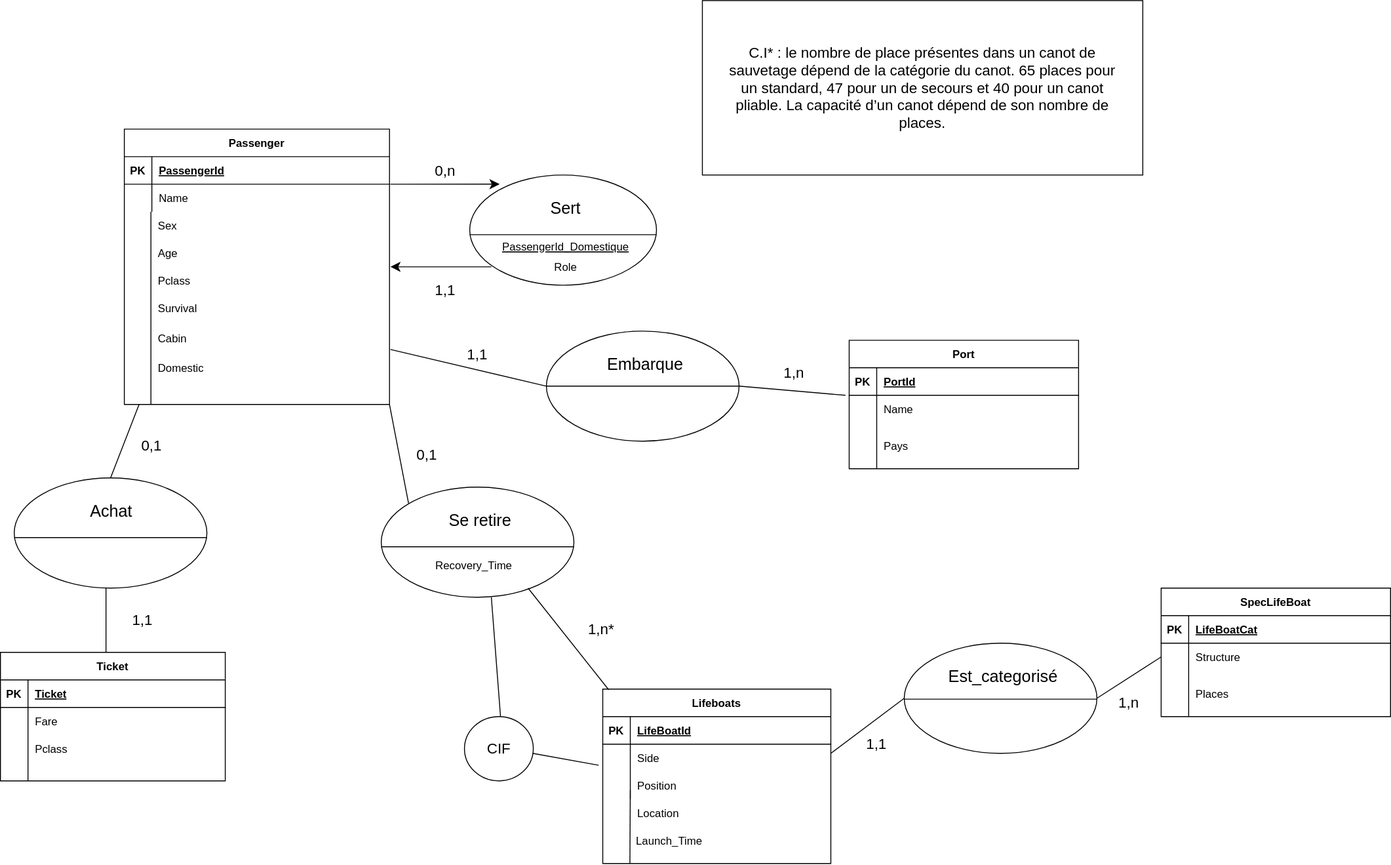
This is SEA TITANIC.drawio.svg from nico38t/SAE-1.04-TITANIC, a draw.io export, as it was before one commit. Source tidied: cells renumbered, new cells last; positions are measured from the earlier drawing's top-left corner, leaving out a move shared by most shapes.
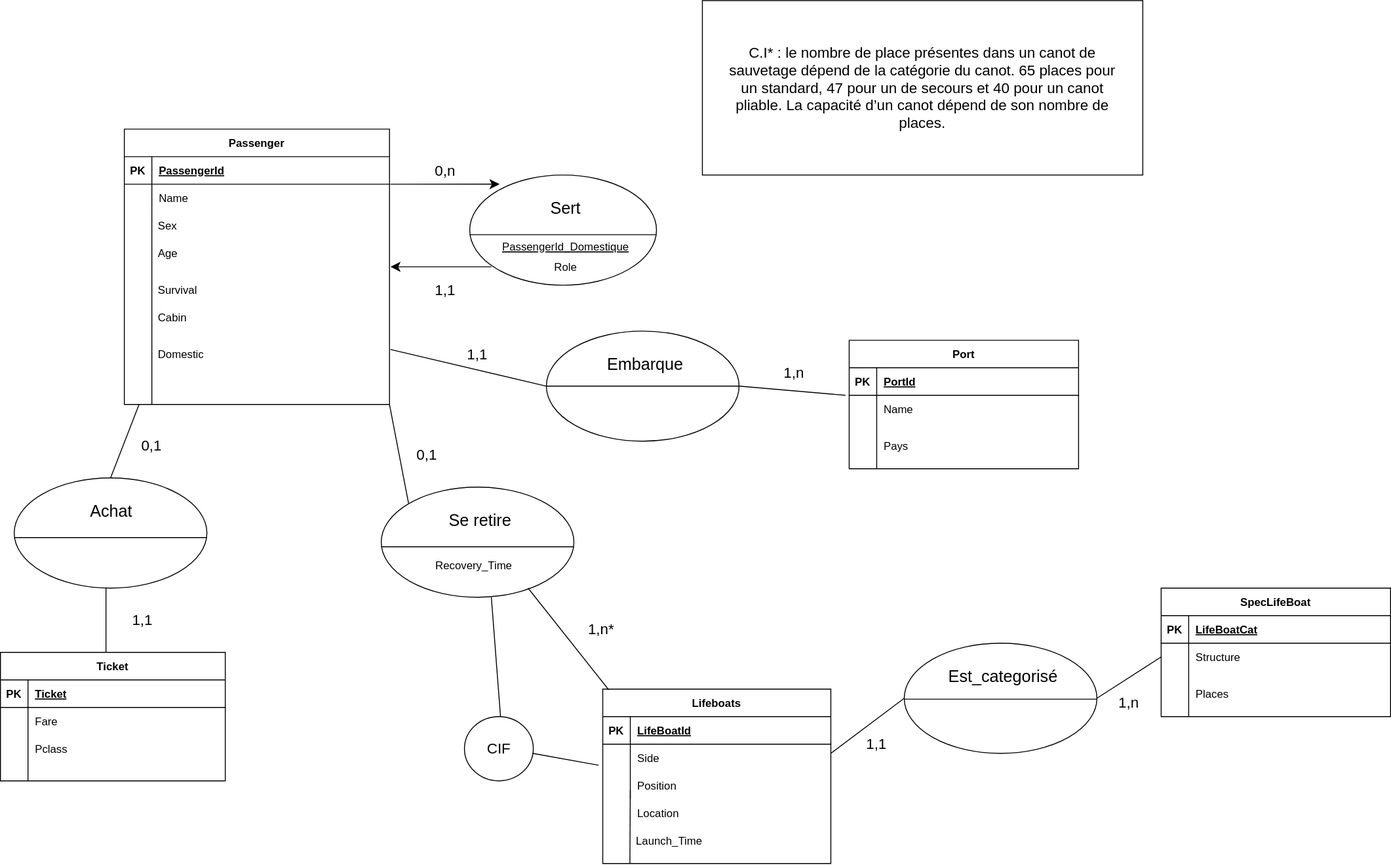
After the commit.

Commit message:
Mettre à jour SEA TITANIC.drawio.svg

Change to the diagram source:
```diff
@@ -59,23 +59,20 @@
     <mxCell id="20" value="Sex" style="shape=partialRectangle;overflow=hidden;fillColor=none;top=0;left=0;bottom=0;right=0;align=left;spacingLeft=6;" parent="1" vertex="1">
       <mxGeometry x="164" y="230" width="220" height="30" as="geometry" />
     </mxCell>
-    <mxCell id="21" value="Pclass" style="shape=partialRectangle;overflow=hidden;fillColor=none;top=0;left=0;bottom=0;right=0;align=left;spacingLeft=6;" parent="1" vertex="1">
-      <mxGeometry x="164" y="290" width="310" height="30" as="geometry" />
-    </mxCell>
     <mxCell id="22" value="Survival" style="shape=partialRectangle;overflow=hidden;fillColor=none;top=0;left=0;bottom=0;right=0;align=left;spacingLeft=6;" parent="1" vertex="1">
-      <mxGeometry x="164" y="320" width="350" height="30" as="geometry" />
+      <mxGeometry x="164" y="300" width="350" height="30" as="geometry" />
     </mxCell>
     <mxCell id="23" style="endArrow=none;html=1;rounded=0;" parent="1" edge="1">
       <mxGeometry relative="1" as="geometry">
-        <mxPoint x="164" y="440" as="sourcePoint" />
-        <mxPoint x="164" y="230" as="targetPoint" />
+        <mxPoint x="165" y="440" as="sourcePoint" />
+        <mxPoint x="165" y="230" as="targetPoint" />
       </mxGeometry>
     </mxCell>
     <mxCell id="24" value="Cabin" style="shape=partialRectangle;overflow=hidden;fillColor=none;top=0;left=0;bottom=0;right=0;align=left;spacingLeft=6;" parent="1" vertex="1">
-      <mxGeometry x="164" y="343" width="220" height="50" as="geometry" />
+      <mxGeometry x="164" y="320" width="220" height="50" as="geometry" />
     </mxCell>
     <mxCell id="25" value="Domestic" style="shape=partialRectangle;overflow=hidden;fillColor=none;top=0;left=0;bottom=0;right=0;align=left;spacingLeft=6;" parent="1" vertex="1">
-      <mxGeometry x="164" y="375" width="81" height="50" as="geometry" />
+      <mxGeometry x="164" y="360" width="81" height="50" as="geometry" />
     </mxCell>
     <mxCell id="26" value="Lifeboats" style="shape=table;startSize=30;rowLines=0;fontStyle=1;align=center;" parent="1" vertex="1">
       <mxGeometry x="656.4" y="750" width="248.6" height="190" as="geometry" />
```
